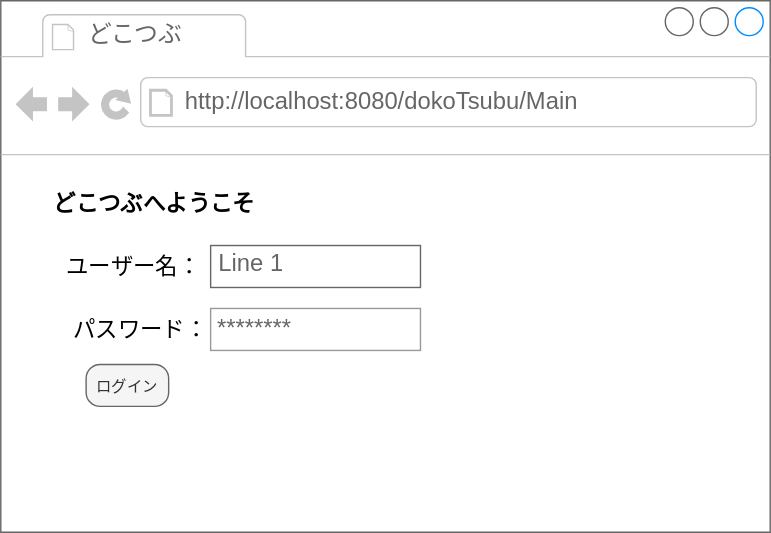
Before: sample.drawio.svg, a diagram exported from draw.io (HarukiKato819/sampleRepo). Source tidied: cells renumbered, new cells last; positions are measured from the earlier drawing's top-left corner, leaving out a move shared by most shapes. Its diagram source:
```xml
<mxGraphModel>
  <root>
    <mxCell id="0" />
    <mxCell id="1" parent="0" />
    <mxCell id="2" style="strokeWidth=1;shadow=0;dashed=0;align=center;html=1;shape=mxgraph.mockup.containers.browserWindow;rSize=0;strokeColor=#666666;strokeColor2=#008cff;strokeColor3=#c4c4c4;mainText=,;" parent="1" vertex="1">
      <mxGeometry width="550" height="380" as="geometry" />
    </mxCell>
    <mxCell id="3" value="どこつぶ" style="strokeWidth=1;shadow=0;dashed=0;align=center;html=1;shape=mxgraph.mockup.containers.anchor;fontSize=17;fontColor=#666666;align=left;whiteSpace=wrap;" parent="2" vertex="1">
      <mxGeometry x="61" y="12" width="110" height="26" as="geometry" />
    </mxCell>
    <mxCell id="4" value="http://localhost:8080/dokoTsubu/Main" style="strokeWidth=1;shadow=0;dashed=0;align=center;html=1;shape=mxgraph.mockup.containers.anchor;rSize=0;fontSize=17;fontColor=#666666;align=left;" parent="2" vertex="1">
      <mxGeometry x="130" y="60" width="250" height="26" as="geometry" />
    </mxCell>
    <mxCell id="5" value="&lt;b&gt;どこつぶへようこそ&lt;/b&gt;" style="text;strokeColor=none;fillColor=none;html=1;align=center;verticalAlign=middle;whiteSpace=wrap;rounded=0;fontSize=16;" parent="2" vertex="1">
      <mxGeometry x="20" y="130" width="180" height="30" as="geometry" />
    </mxCell>
    <mxCell id="6" value="パスワード：" style="text;strokeColor=none;fillColor=none;html=1;align=center;verticalAlign=middle;whiteSpace=wrap;rounded=0;fontSize=16;" parent="2" vertex="1">
      <mxGeometry x="40" y="220" width="120" height="30" as="geometry" />
    </mxCell>
    <mxCell id="7" value="ユーザー名：" style="text;strokeColor=none;fillColor=none;html=1;align=center;verticalAlign=middle;whiteSpace=wrap;rounded=0;fontSize=16;" parent="2" vertex="1">
      <mxGeometry x="40" y="175" width="110" height="30" as="geometry" />
    </mxCell>
    <mxCell id="8" value="Line 1" style="strokeWidth=1;shadow=0;dashed=0;align=center;html=1;shape=mxgraph.mockup.text.textBox;fontColor=#666666;align=left;fontSize=17;spacingLeft=4;spacingTop=-3;whiteSpace=wrap;strokeColor=#666666;mainText=;" parent="2" vertex="1">
      <mxGeometry x="150" y="175" width="150" height="30" as="geometry" />
    </mxCell>
    <mxCell id="9" value="********" style="strokeWidth=1;shadow=0;dashed=0;align=center;html=1;shape=mxgraph.mockup.forms.pwField;strokeColor=#999999;mainText=;align=left;fontColor=#666666;fontSize=17;spacingLeft=3;" parent="2" vertex="1">
      <mxGeometry x="150" y="220" width="150" height="30" as="geometry" />
    </mxCell>
    <mxCell id="10" value="&lt;span style=&quot;font-weight: normal;&quot;&gt;&lt;font style=&quot;font-size: 11px;&quot;&gt;ログイン&lt;/font&gt;&lt;/span&gt;" style="strokeWidth=1;shadow=0;dashed=0;align=center;html=1;shape=mxgraph.mockup.buttons.button;mainText=;buttonStyle=round;fontSize=17;fontStyle=1;whiteSpace=wrap;fillColor=#f5f5f5;fontColor=#333333;strokeColor=#666666;" parent="2" vertex="1">
      <mxGeometry x="61" y="260" width="59" height="30" as="geometry" />
    </mxCell>
  </root>
</mxGraphModel>
```
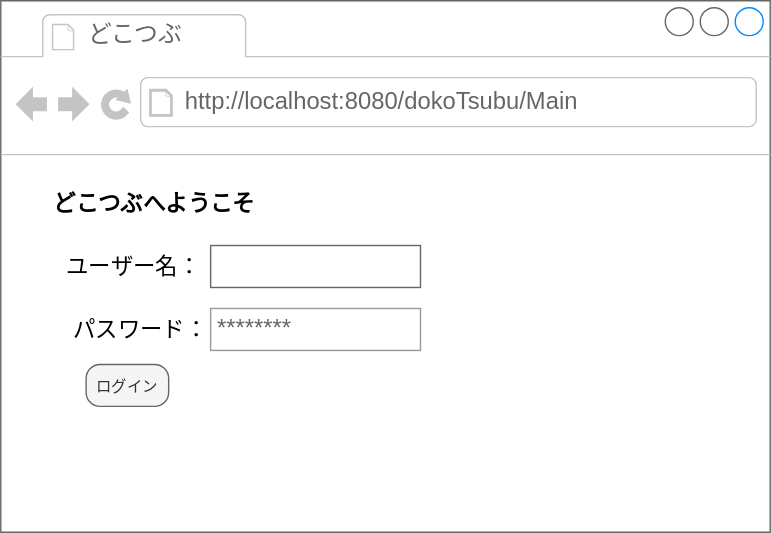
Above is the later version.

Commit message:
sample.drawio.svg を更新します

The edit, as a diff of the source:
```diff
@@ -20,7 +20,7 @@
     <mxCell id="7" value="ユーザー名：" style="text;strokeColor=none;fillColor=none;html=1;align=center;verticalAlign=middle;whiteSpace=wrap;rounded=0;fontSize=16;" parent="2" vertex="1">
       <mxGeometry x="40" y="175" width="110" height="30" as="geometry" />
     </mxCell>
-    <mxCell id="8" value="Line 1" style="strokeWidth=1;shadow=0;dashed=0;align=center;html=1;shape=mxgraph.mockup.text.textBox;fontColor=#666666;align=left;fontSize=17;spacingLeft=4;spacingTop=-3;whiteSpace=wrap;strokeColor=#666666;mainText=;" parent="2" vertex="1">
+    <mxCell id="8" style="strokeWidth=1;shadow=0;dashed=0;align=center;html=1;shape=mxgraph.mockup.text.textBox;fontColor=#666666;align=left;fontSize=17;spacingLeft=4;spacingTop=-3;whiteSpace=wrap;strokeColor=#666666;mainText=;" parent="2" vertex="1">
       <mxGeometry x="150" y="175" width="150" height="30" as="geometry" />
     </mxCell>
     <mxCell id="9" value="********" style="strokeWidth=1;shadow=0;dashed=0;align=center;html=1;shape=mxgraph.mockup.forms.pwField;strokeColor=#999999;mainText=;align=left;fontColor=#666666;fontSize=17;spacingLeft=3;" parent="2" vertex="1">
```
